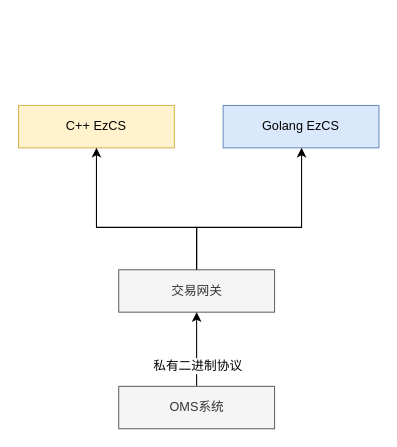
Before: page "Page-4" (4 of 5) of Untitled Diagram.drawio in gotrade/gotrade, a draw.io diagram. Source tidied: cells renumbered, new cells numbered last; positions are measured from the earlier drawing's top-left corner, leaving out a move shared by most shapes. Both pictures are drawn from the tidied source at 106%, with x=0, y=0 at pixel (18, 105).
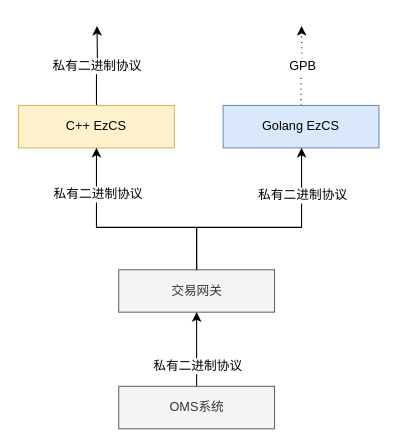
Above is the later version.

Unchanged cells that the change refers to:
```xml
<mxCell id="2" value="C++ EzCS" style="rounded=0;whiteSpace=wrap;html=1;fillColor=#fff2cc;strokeColor=#d6b656;" parent="1" vertex="1">
  <mxGeometry width="147" height="40" as="geometry" />
</mxCell>
<mxCell id="3" style="edgeStyle=orthogonalEdgeStyle;rounded=0;jettySize=auto;html=1;endArrow=classic;endFill=1;entryX=0.5;entryY=1;entryDx=0;entryDy=0;" parent="1" edge="1" source="4" target="2">
  <mxGeometry relative="1" as="geometry">
    <Array as="points">
      <mxPoint x="168" y="115" />
      <mxPoint x="74" y="115" />
    </Array>
  </mxGeometry>
</mxCell>
<mxCell id="5" value="Golang EzCS" style="rounded=0;whiteSpace=wrap;html=1;fillColor=#dae8fc;strokeColor=#6c8ebf;" parent="1" vertex="1">
  <mxGeometry x="193" width="147" height="40" as="geometry" />
</mxCell>
<mxCell id="6" style="edgeStyle=orthogonalEdgeStyle;rounded=0;jettySize=auto;html=1;endArrow=classic;endFill=1;exitX=0.5;exitY=0;exitDx=0;exitDy=0;" parent="1" edge="1" source="4" target="5">
  <mxGeometry relative="1" as="geometry">
    <Array as="points">
      <mxPoint x="168" y="115" />
      <mxPoint x="267" y="115" />
    </Array>
  </mxGeometry>
</mxCell>
```

What changed in the source:
```diff
@@
+    <mxCell id="10" style="edgeStyle=orthogonalEdgeStyle;rounded=0;jettySize=auto;html=1;endArrow=classic;endFill=1;" parent="1" edge="1" source="2">
+      <mxGeometry relative="1" as="geometry">
+        <mxPoint x="74" y="-75" as="targetPoint" />
+      </mxGeometry>
+    </mxCell>
+    <mxCell id="11" value="私有二进制协议" style="text;html=1;align=center;verticalAlign=middle;labelBackgroundColor=#ffffff;" parent="10" vertex="1">
+      <mxGeometry x="0.02" y="2" relative="1" as="geometry">
+        <mxPoint x="1" as="offset" />
+      </mxGeometry>
+    </mxCell>
@@
+    <mxCell id="12" value="私有二进制协议" style="text;html=1;align=center;verticalAlign=middle;labelBackgroundColor=#ffffff;" parent="3" vertex="1">
+      <mxGeometry x="0.58" y="-1" relative="1" as="geometry" />
+    </mxCell>
@@
+    <mxCell id="13" style="edgeStyle=orthogonalEdgeStyle;rounded=0;jettySize=auto;html=1;endArrow=classic;endFill=1;dashed=1;dashPattern=1 4;" parent="1" edge="1" source="5">
+      <mxGeometry relative="1" as="geometry">
+        <mxPoint x="267" y="-75" as="targetPoint" />
+      </mxGeometry>
+    </mxCell>
+    <mxCell id="14" value="GPB" style="text;html=1;align=center;verticalAlign=middle;labelBackgroundColor=#ffffff;" parent="13" vertex="1">
+      <mxGeometry x="-0.02" y="1" relative="1" as="geometry">
+        <mxPoint x="1" as="offset" />
+      </mxGeometry>
+    </mxCell>
@@
+    <mxCell id="15" value="私有二进制协议" style="text;html=1;align=center;verticalAlign=middle;labelBackgroundColor=#ffffff;" parent="6" vertex="1">
+      <mxGeometry x="0.59" relative="1" as="geometry" />
+    </mxCell>
```
